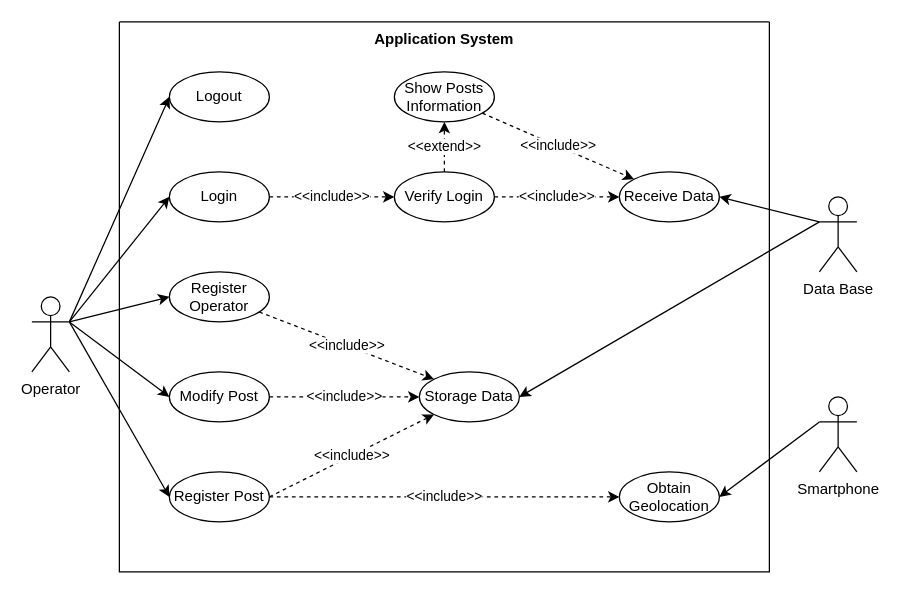
This is page "AppSystem_UseCases" (1 of 4) of project/report/flowcharts/RemoteSystem.drawio from ESRGgroup9/slipad, a draw.io file, before an edit. Source tidied: cells renumbered, new cells numbered last; positions are measured from the earlier drawing's top-left corner, leaving out a move shared by most shapes. Both pictures are drawn from the tidied source at 125%, with x=0, y=0 at pixel (31, 21).
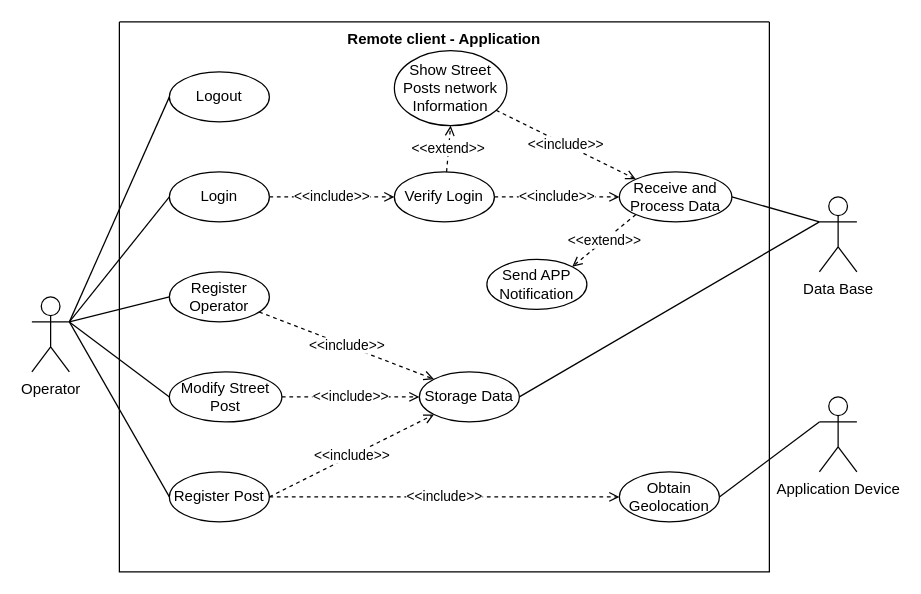
The same page after the edit.

Unchanged cells that the change refers to:
```xml
<mxCell id="4" value="Login" style="ellipse;whiteSpace=wrap;html=1;" parent="2" vertex="1">
  <mxGeometry x="40" y="120" width="80" height="40" as="geometry" />
</mxCell>
<mxCell id="5" value="Logout" style="ellipse;whiteSpace=wrap;html=1;" parent="2" vertex="1">
  <mxGeometry x="40" y="40" width="80" height="40" as="geometry" />
</mxCell>
<mxCell id="7" value="Register Operator" style="ellipse;whiteSpace=wrap;html=1;" parent="2" vertex="1">
  <mxGeometry x="40" y="200" width="80" height="40" as="geometry" />
</mxCell>
<mxCell id="12" value="&lt;div&gt;Register Post&lt;br&gt;&lt;/div&gt;" style="ellipse;whiteSpace=wrap;html=1;" parent="2" vertex="1">
  <mxGeometry x="40" y="360" width="80" height="40" as="geometry" />
</mxCell>
<mxCell id="13" value="Obtain Geolocation" style="ellipse;whiteSpace=wrap;html=1;" parent="2" vertex="1">
  <mxGeometry x="400" y="360" width="80" height="40" as="geometry" />
</mxCell>
<mxCell id="14" value="Storage Data" style="ellipse;whiteSpace=wrap;html=1;" parent="2" vertex="1">
  <mxGeometry x="240" y="280" width="80" height="40" as="geometry" />
</mxCell>
<mxCell id="16" value="Verify Login" style="ellipse;whiteSpace=wrap;html=1;" parent="2" vertex="1">
  <mxGeometry x="220" y="120" width="80" height="40" as="geometry" />
</mxCell>
<mxCell id="28" value="Operator" style="shape=umlActor;verticalLabelPosition=bottom;verticalAlign=top;html=1;outlineConnect=0;" parent="1" vertex="1">
  <mxGeometry y="220" width="30" height="60" as="geometry" />
</mxCell>
<mxCell id="31" value="Data Base" style="shape=umlActor;verticalLabelPosition=bottom;verticalAlign=top;html=1;outlineConnect=0;" parent="1" vertex="1">
  <mxGeometry x="630" y="140" width="30" height="60" as="geometry" />
</mxCell>
```

What changed in the source:
```diff
@@
-    <mxCell id="2" value="Application System" style="swimlane;startSize=0;verticalAlign=top;" parent="1" vertex="1">
+    <mxCell id="2" value="Remote client - Application " style="swimlane;startSize=0;verticalAlign=top;" parent="1" vertex="1">
       <mxGeometry x="70" width="520" height="440" as="geometry" />
     </mxCell>
-    <mxCell id="3" value="&amp;lt;&amp;lt;include&amp;gt;&amp;gt;" style="edgeStyle=none;rounded=0;jettySize=auto;html=1;entryX=0;entryY=0.5;entryDx=0;entryDy=0;dashed=1;" parent="2" edge="1" source="4" target="16">
+    <mxCell id="3" value="&amp;lt;&amp;lt;include&amp;gt;&amp;gt;" style="edgeStyle=none;rounded=0;jettySize=auto;html=1;entryX=0;entryY=0.5;entryDx=0;entryDy=0;dashed=1;endArrow=open;endFill=0;" parent="2" edge="1" source="4" target="16">
       <mxGeometry relative="1" as="geometry" />
     </mxCell>
@@
-    <mxCell id="6" value="&amp;lt;&amp;lt;include&amp;gt;&amp;gt;" style="edgeStyle=none;rounded=0;jettySize=auto;html=1;entryX=0;entryY=0;entryDx=0;entryDy=0;dashed=1;" parent="2" edge="1" source="7" target="14">
+    <mxCell id="6" value="&amp;lt;&amp;lt;include&amp;gt;&amp;gt;" style="edgeStyle=none;rounded=0;jettySize=auto;html=1;entryX=0;entryY=0;entryDx=0;entryDy=0;dashed=1;endArrow=open;endFill=0;" parent="2" edge="1" source="7" target="14">
       <mxGeometry relative="1" as="geometry" />
     </mxCell>
@@
-    <mxCell id="8" value="&amp;lt;&amp;lt;include&amp;gt;&amp;gt;" style="edgeStyle=none;rounded=0;jettySize=auto;html=1;entryX=0;entryY=0.5;entryDx=0;entryDy=0;exitX=1;exitY=0.5;exitDx=0;exitDy=0;dashed=1;" parent="2" edge="1" source="9" target="14">
+    <mxCell id="8" value="&amp;lt;&amp;lt;include&amp;gt;&amp;gt;" style="edgeStyle=none;rounded=0;jettySize=auto;html=1;entryX=0;entryY=0.5;entryDx=0;entryDy=0;exitX=1;exitY=0.5;exitDx=0;exitDy=0;dashed=1;endArrow=open;endFill=0;" parent="2" edge="1" source="9" target="14">
       <mxGeometry relative="1" as="geometry" />
     </mxCell>
-    <mxCell id="9" value="&lt;div&gt;Modify Post&lt;br&gt;&lt;/div&gt;" style="ellipse;whiteSpace=wrap;html=1;" parent="2" vertex="1">
-      <mxGeometry x="40" y="280" width="80" height="40" as="geometry" />
+    <mxCell id="9" value="&lt;div&gt;Modify Street Post&lt;br&gt;&lt;/div&gt;" style="ellipse;whiteSpace=wrap;html=1;" parent="2" vertex="1">
+      <mxGeometry x="40" y="280" width="90" height="40" as="geometry" />
     </mxCell>
-    <mxCell id="10" value="&amp;lt;&amp;lt;include&amp;gt;&amp;gt;" style="edgeStyle=none;rounded=0;jettySize=auto;html=1;entryX=0;entryY=0.5;entryDx=0;entryDy=0;dashed=1;" parent="2" edge="1" source="12" target="13">
+    <mxCell id="10" value="&amp;lt;&amp;lt;include&amp;gt;&amp;gt;" style="edgeStyle=none;rounded=0;jettySize=auto;html=1;entryX=0;entryY=0.5;entryDx=0;entryDy=0;dashed=1;endArrow=open;endFill=0;" parent="2" edge="1" source="12" target="13">
       <mxGeometry relative="1" as="geometry">
         <Array as="points">
           <mxPoint x="180" y="380" />
         </Array>
       </mxGeometry>
     </mxCell>
-    <mxCell id="11" value="&amp;lt;&amp;lt;include&amp;gt;&amp;gt;" style="edgeStyle=none;rounded=0;jettySize=auto;html=1;entryX=0;entryY=1;entryDx=0;entryDy=0;dashed=1;exitX=1;exitY=0.5;exitDx=0;exitDy=0;" parent="2" edge="1" source="12" target="14">
+    <mxCell id="11" value="&amp;lt;&amp;lt;include&amp;gt;&amp;gt;" style="edgeStyle=none;rounded=0;jettySize=auto;html=1;entryX=0;entryY=1;entryDx=0;entryDy=0;dashed=1;exitX=1;exitY=0.5;exitDx=0;exitDy=0;endArrow=open;endFill=0;" parent="2" edge="1" source="12" target="14">
       <mxGeometry relative="1" as="geometry" />
     </mxCell>
@@
-    <mxCell id="15" value="&amp;lt;&amp;lt;extend&amp;gt;&amp;gt;" style="edgeStyle=none;rounded=0;jettySize=auto;html=1;entryX=0.5;entryY=1;entryDx=0;entryDy=0;dashed=1;" parent="2" edge="1" source="16" target="18">
+    <mxCell id="15" value="&amp;lt;&amp;lt;extend&amp;gt;&amp;gt;" style="edgeStyle=none;rounded=0;jettySize=auto;html=1;entryX=0.5;entryY=1;entryDx=0;entryDy=0;dashed=1;endArrow=open;endFill=0;" parent="2" edge="1" source="16" target="18">
       <mxGeometry relative="1" as="geometry" />
     </mxCell>
@@
-    <mxCell id="17" value="&amp;lt;&amp;lt;include&amp;gt;&amp;gt;" style="edgeStyle=none;rounded=0;jettySize=auto;html=1;entryX=0;entryY=0;entryDx=0;entryDy=0;dashed=1;" parent="2" edge="1" source="18" target="20">
+    <mxCell id="17" value="&amp;lt;&amp;lt;include&amp;gt;&amp;gt;" style="edgeStyle=none;rounded=0;jettySize=auto;html=1;entryX=0;entryY=0;entryDx=0;entryDy=0;dashed=1;endArrow=open;endFill=0;" parent="2" edge="1" source="18" target="20">
       <mxGeometry relative="1" as="geometry" />
     </mxCell>
-    <mxCell id="18" value="Show Posts Information" style="ellipse;whiteSpace=wrap;html=1;" parent="2" vertex="1">
-      <mxGeometry x="220" y="40" width="80" height="40" as="geometry" />
+    <mxCell id="18" value="Show Street Posts network Information" style="ellipse;whiteSpace=wrap;html=1;" parent="2" vertex="1">
+      <mxGeometry x="220" y="23" width="90" height="60" as="geometry" />
     </mxCell>
-    <mxCell id="19" value="&amp;lt;&amp;lt;include&amp;gt;&amp;gt;" style="edgeStyle=none;rounded=0;jettySize=auto;html=1;dashed=1;exitX=1;exitY=0.5;exitDx=0;exitDy=0;entryX=0;entryY=0.5;entryDx=0;entryDy=0;" parent="2" edge="1" source="16" target="20">
+    <mxCell id="19" value="&amp;lt;&amp;lt;include&amp;gt;&amp;gt;" style="edgeStyle=none;rounded=0;jettySize=auto;html=1;dashed=1;exitX=1;exitY=0.5;exitDx=0;exitDy=0;entryX=0;entryY=0.5;entryDx=0;entryDy=0;endArrow=open;endFill=0;" parent="2" edge="1" source="16" target="20">
       <mxGeometry relative="1" as="geometry" />
     </mxCell>
+    <mxCell id="32" value="&amp;lt;&amp;lt;extend&amp;gt;&amp;gt;" style="rounded=0;jettySize=auto;html=1;exitX=0;exitY=1;exitDx=0;exitDy=0;entryX=1;entryY=0;entryDx=0;entryDy=0;strokeWidth=1;verticalAlign=middle;dashed=1;endArrow=open;endFill=0;" parent="2" edge="1" source="20" target="33">
+      <mxGeometry relative="1" as="geometry" />
+    </mxCell>
-    <mxCell id="20" value="Receive Data" style="ellipse;whiteSpace=wrap;html=1;" parent="2" vertex="1">
-      <mxGeometry x="400" y="120" width="80" height="40" as="geometry" />
+    <mxCell id="20" value="Receive and Process Data" style="ellipse;whiteSpace=wrap;html=1;" parent="2" vertex="1">
+      <mxGeometry x="400" y="120" width="90" height="40" as="geometry" />
     </mxCell>
+    <mxCell id="33" value="Send APP Notification" style="ellipse;whiteSpace=wrap;html=1;" parent="2" vertex="1">
+      <mxGeometry x="294" y="190" width="80" height="40" as="geometry" />
+    </mxCell>
-    <mxCell id="21" style="edgeStyle=none;rounded=0;jettySize=auto;html=1;exitX=0;exitY=0.3333333333333333;exitDx=0;exitDy=0;exitPerimeter=0;entryX=1;entryY=0.5;entryDx=0;entryDy=0;" parent="1" edge="1" source="22" target="13">
+    <mxCell id="21" style="edgeStyle=none;rounded=0;jettySize=auto;html=1;exitX=0;exitY=0.3333333333333333;exitDx=0;exitDy=0;exitPerimeter=0;entryX=1;entryY=0.5;entryDx=0;entryDy=0;endArrow=none;endFill=0;" parent="1" edge="1" source="22" target="13">
       <mxGeometry relative="1" as="geometry" />
     </mxCell>
-    <mxCell id="22" value="Smartphone" style="shape=umlActor;verticalLabelPosition=bottom;verticalAlign=top;html=1;outlineConnect=0;" parent="1" vertex="1">
+    <mxCell id="22" value="Application Device" style="shape=umlActor;verticalLabelPosition=bottom;verticalAlign=top;html=1;outlineConnect=0;" parent="1" vertex="1">
       <mxGeometry x="630" y="300" width="30" height="60" as="geometry" />
     </mxCell>
-    <mxCell id="23" style="rounded=0;jettySize=auto;html=1;exitX=1;exitY=0.3333333333333333;exitDx=0;exitDy=0;exitPerimeter=0;entryX=0;entryY=0.5;entryDx=0;entryDy=0;" parent="1" edge="1" source="28" target="5">
+    <mxCell id="23" style="rounded=0;jettySize=auto;html=1;exitX=1;exitY=0.3333333333333333;exitDx=0;exitDy=0;exitPerimeter=0;entryX=0;entryY=0.5;entryDx=0;entryDy=0;endArrow=none;endFill=0;" parent="1" edge="1" source="28" target="5">
       <mxGeometry relative="1" as="geometry" />
     </mxCell>
-    <mxCell id="24" style="edgeStyle=none;rounded=0;jettySize=auto;html=1;exitX=1;exitY=0.3333333333333333;exitDx=0;exitDy=0;exitPerimeter=0;entryX=0;entryY=0.5;entryDx=0;entryDy=0;" parent="1" edge="1" source="28" target="7">
+    <mxCell id="24" style="edgeStyle=none;rounded=0;jettySize=auto;html=1;exitX=1;exitY=0.3333333333333333;exitDx=0;exitDy=0;exitPerimeter=0;entryX=0;entryY=0.5;entryDx=0;entryDy=0;endArrow=none;endFill=0;" parent="1" edge="1" source="28" target="7">
       <mxGeometry relative="1" as="geometry" />
     </mxCell>
-    <mxCell id="25" style="edgeStyle=none;rounded=0;jettySize=auto;html=1;exitX=1;exitY=0.3333333333333333;exitDx=0;exitDy=0;exitPerimeter=0;entryX=0;entryY=0.5;entryDx=0;entryDy=0;" parent="1" edge="1" source="28" target="4">
+    <mxCell id="25" style="edgeStyle=none;rounded=0;jettySize=auto;html=1;exitX=1;exitY=0.3333333333333333;exitDx=0;exitDy=0;exitPerimeter=0;entryX=0;entryY=0.5;entryDx=0;entryDy=0;endArrow=none;endFill=0;" parent="1" edge="1" source="28" target="4">
       <mxGeometry relative="1" as="geometry" />
     </mxCell>
-    <mxCell id="26" style="edgeStyle=none;rounded=0;jettySize=auto;html=1;exitX=1;exitY=0.3333333333333333;exitDx=0;exitDy=0;exitPerimeter=0;entryX=0;entryY=0.5;entryDx=0;entryDy=0;" parent="1" edge="1" source="28" target="12">
+    <mxCell id="26" style="edgeStyle=none;rounded=0;jettySize=auto;html=1;exitX=1;exitY=0.3333333333333333;exitDx=0;exitDy=0;exitPerimeter=0;entryX=0;entryY=0.5;entryDx=0;entryDy=0;endArrow=none;endFill=0;" parent="1" edge="1" source="28" target="12">
       <mxGeometry relative="1" as="geometry" />
     </mxCell>
-    <mxCell id="27" style="edgeStyle=none;rounded=0;jettySize=auto;html=1;exitX=1;exitY=0.3333333333333333;exitDx=0;exitDy=0;exitPerimeter=0;entryX=0;entryY=0.5;entryDx=0;entryDy=0;" parent="1" edge="1" source="28" target="9">
+    <mxCell id="27" style="edgeStyle=none;rounded=0;jettySize=auto;html=1;exitX=1;exitY=0.3333333333333333;exitDx=0;exitDy=0;exitPerimeter=0;entryX=0;entryY=0.5;entryDx=0;entryDy=0;endArrow=none;endFill=0;" parent="1" edge="1" source="28" target="9">
       <mxGeometry relative="1" as="geometry" />
     </mxCell>
@@
-    <mxCell id="29" style="edgeStyle=none;rounded=0;jettySize=auto;html=1;exitX=0;exitY=0.3333333333333333;exitDx=0;exitDy=0;exitPerimeter=0;entryX=1;entryY=0.5;entryDx=0;entryDy=0;" parent="1" edge="1" source="31" target="14">
+    <mxCell id="29" style="edgeStyle=none;rounded=0;jettySize=auto;html=1;exitX=0;exitY=0.3333333333333333;exitDx=0;exitDy=0;exitPerimeter=0;entryX=1;entryY=0.5;entryDx=0;entryDy=0;endArrow=none;endFill=0;" parent="1" edge="1" source="31" target="14">
       <mxGeometry relative="1" as="geometry" />
     </mxCell>
-    <mxCell id="30" style="edgeStyle=none;rounded=0;jettySize=auto;html=1;exitX=0;exitY=0.3333333333333333;exitDx=0;exitDy=0;exitPerimeter=0;entryX=1;entryY=0.5;entryDx=0;entryDy=0;" parent="1" edge="1" source="31" target="20">
+    <mxCell id="30" style="edgeStyle=none;rounded=0;jettySize=auto;html=1;exitX=0;exitY=0.3333333333333333;exitDx=0;exitDy=0;exitPerimeter=0;entryX=1;entryY=0.5;entryDx=0;entryDy=0;endArrow=none;endFill=0;" parent="1" edge="1" source="31" target="20">
       <mxGeometry relative="1" as="geometry" />
     </mxCell>
```
